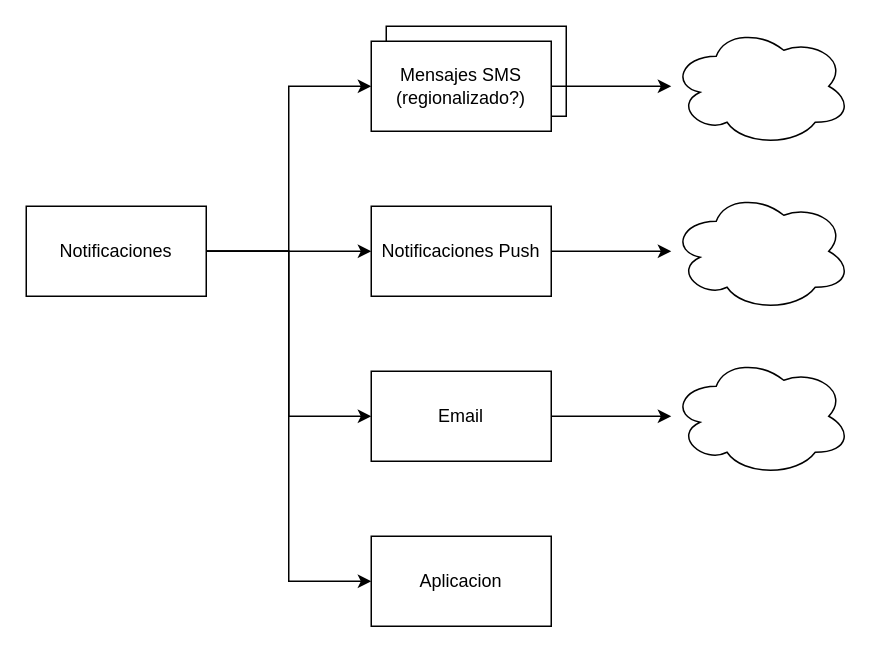
segurajhona/arqui-katas keeps this draw.io diagram as notificaciones.drawio. Above is the earlier version. Source tidied: cells renumbered, new cells numbered last; positions are measured from the earlier drawing's top-left corner, leaving out a move shared by most shapes. Both pictures are drawn from the tidied source at 150%, with x=0, y=0 at pixel (26, 26).
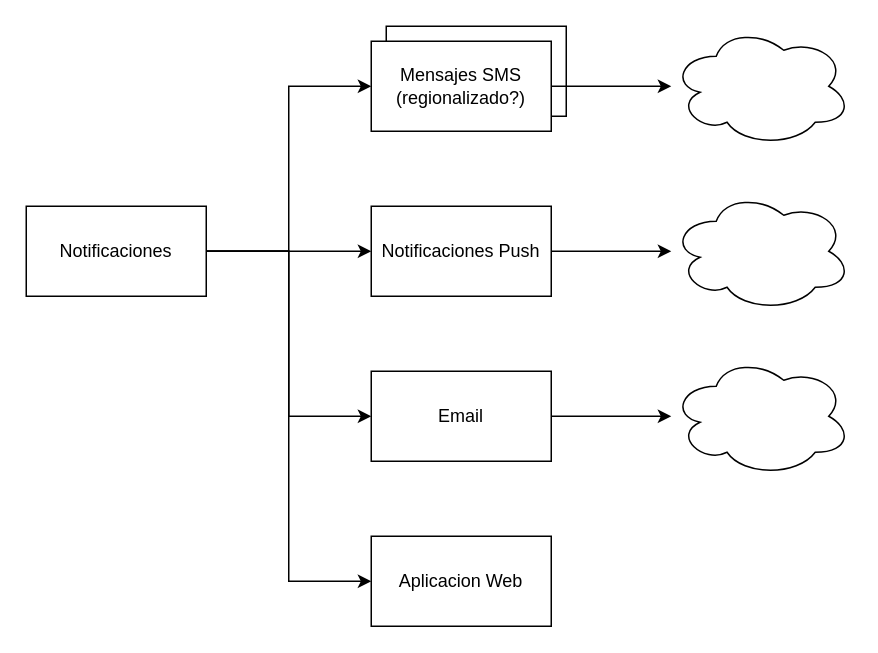
After the change.

Commit message (it also covers changes not shown here):
casos de uso y especificacion notificaciones

Diff of the diagram source:
```diff
@@
-    <mxCell id="17" value="Aplicacion" style="rounded=0;whiteSpace=wrap;html=1;" parent="1" vertex="1">
+    <mxCell id="17" value="Aplicacion Web" style="rounded=0;whiteSpace=wrap;html=1;" parent="1" vertex="1">
       <mxGeometry x="230" y="340" width="120" height="60" as="geometry" />
     </mxCell>
```
